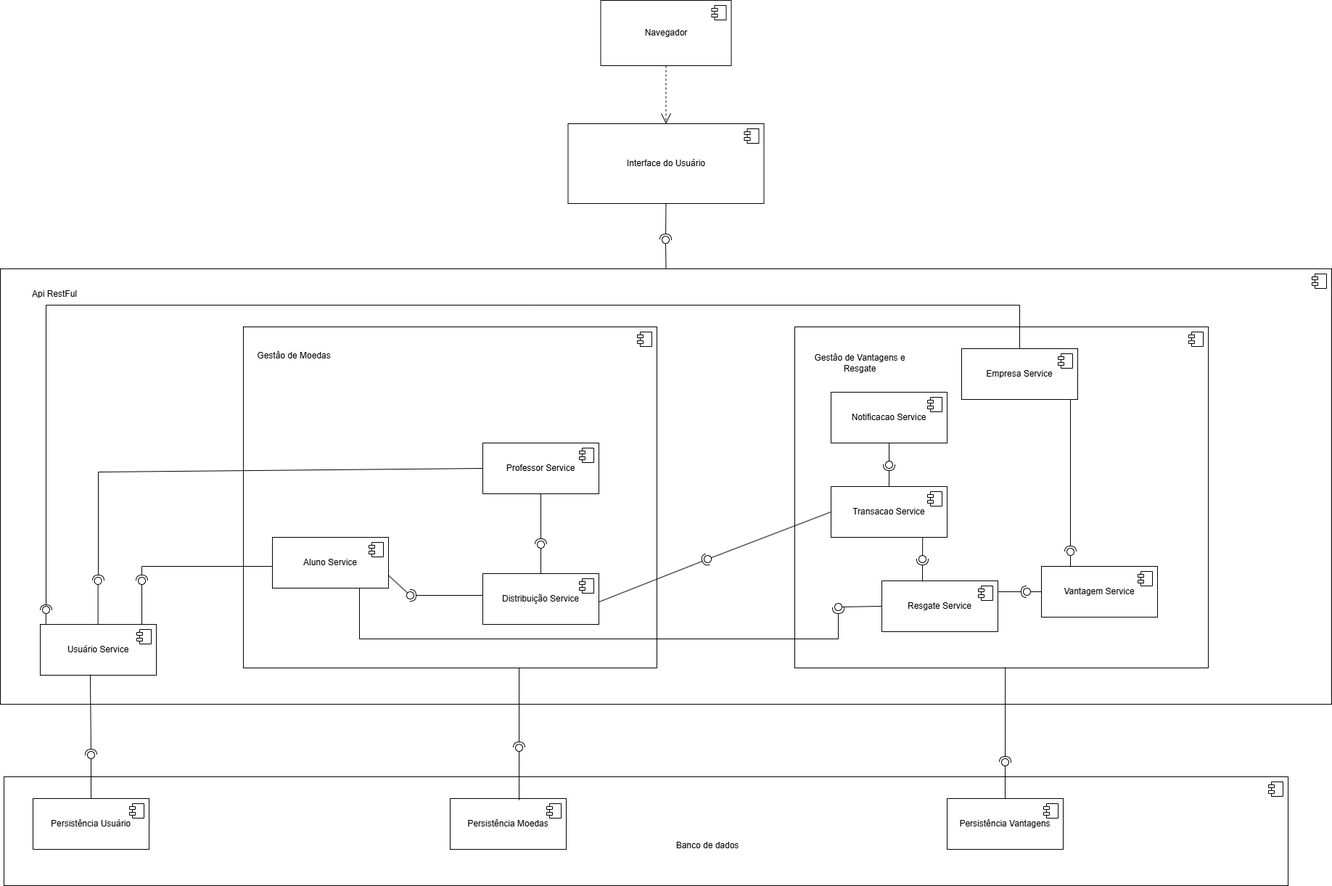
This is projeto/DiagramaDeComponentes.drawio.png from marcosffp/Sistema-Merito-Digital, a draw.io export, as it was before one commit. Source tidied: cells renumbered, new cells last; positions are measured from the earlier drawing's top-left corner, leaving out a move shared by most shapes.
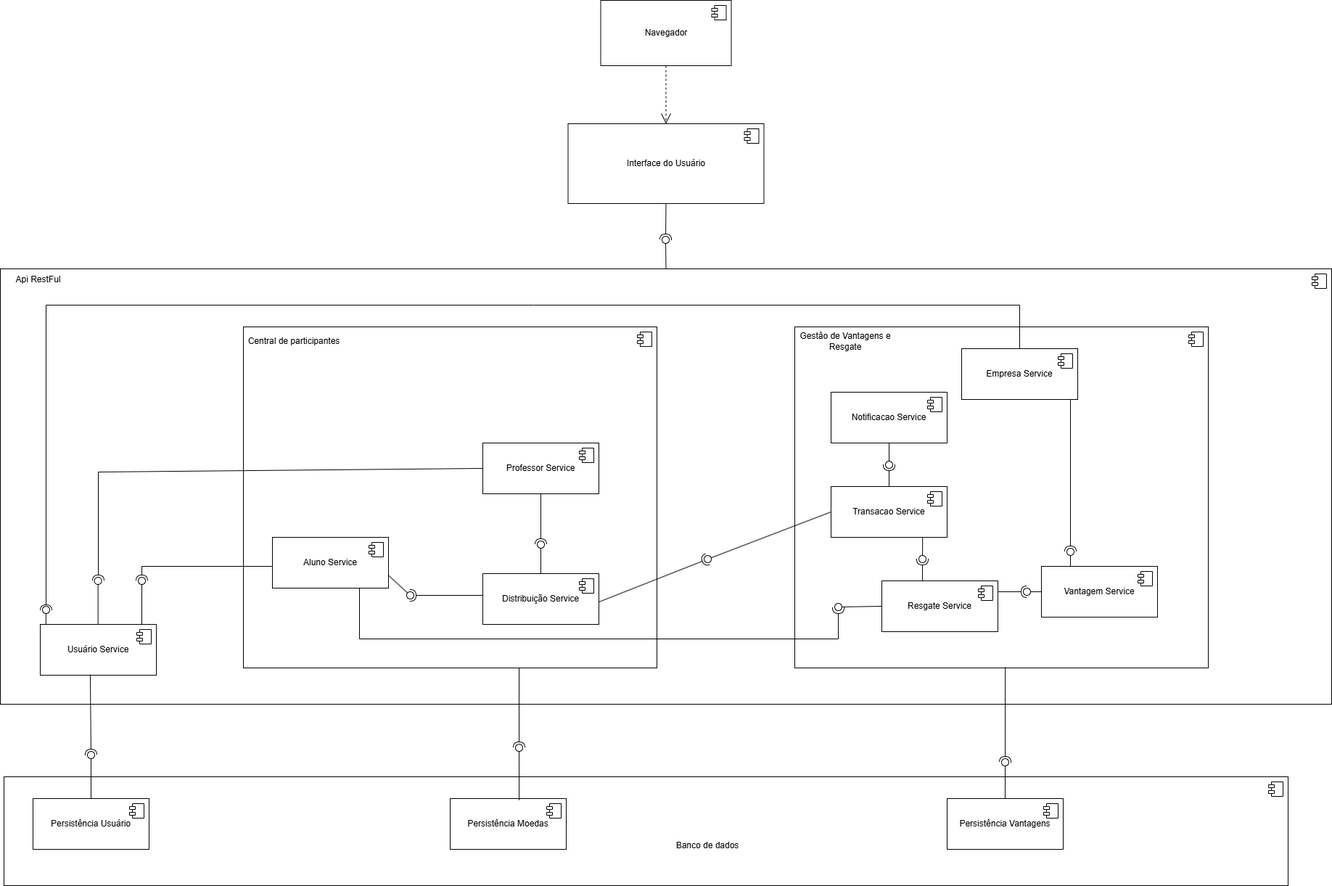
The same file after the commit.

Commit message:
correção do diagrama de componentes

What changed in the source:
```diff
@@ -59,7 +59,7 @@
       <mxGeometry x="475" y="450" width="10" height="10" as="geometry" />
     </mxCell>
     <mxCell id="16" value="Api RestFul" style="text;html=1;whiteSpace=wrap;strokeColor=none;fillColor=none;align=center;verticalAlign=middle;rounded=0;" parent="1" vertex="1">
-      <mxGeometry x="5" y="385" width="140" height="39" as="geometry" />
+      <mxGeometry y="370" width="105" height="30" as="geometry" />
     </mxCell>
     <mxCell id="17" value="Usuário Service" style="html=1;whiteSpace=wrap;" parent="1" vertex="1">
       <mxGeometry x="55" y="860" width="160" height="70" as="geometry" />
@@ -101,8 +101,8 @@
     <mxCell id="26" style="ellipse;whiteSpace=wrap;html=1;align=center;fillColor=none;strokeColor=none;perimeter=centerPerimeter;" parent="1" vertex="1">
       <mxGeometry x="120" y="1030" width="10" height="10" as="geometry" />
     </mxCell>
-    <mxCell id="27" value="Gestâo de Moedas" style="text;html=1;whiteSpace=wrap;strokeColor=none;fillColor=none;align=center;verticalAlign=middle;rounded=0;" parent="1" vertex="1">
-      <mxGeometry x="335" y="470" width="140" height="39" as="geometry" />
+    <mxCell id="27" value="Central de participantes" style="text;html=1;whiteSpace=wrap;strokeColor=none;fillColor=none;align=center;verticalAlign=middle;rounded=0;" parent="1" vertex="1">
+      <mxGeometry x="335" y="450" width="140" height="39" as="geometry" />
     </mxCell>
     <mxCell id="28" value="Professor Service" style="html=1;whiteSpace=wrap;" parent="1" vertex="1">
       <mxGeometry x="665" y="610" width="160" height="70" as="geometry" />
@@ -180,7 +180,7 @@
       </mxGeometry>
     </mxCell>
     <mxCell id="46" value="Gestâo de Vantagens e Resgate" style="text;html=1;whiteSpace=wrap;strokeColor=none;fillColor=none;align=center;verticalAlign=middle;rounded=0;" parent="1" vertex="1">
-      <mxGeometry x="1115" y="480" width="140" height="39" as="geometry" />
+      <mxGeometry x="1095" y="450" width="140" height="39" as="geometry" />
     </mxCell>
     <mxCell id="47" value="Persistência Vantagens" style="html=1;whiteSpace=wrap;" parent="1" vertex="1">
       <mxGeometry x="1305" y="1100" width="160" height="70" as="geometry" />
```
